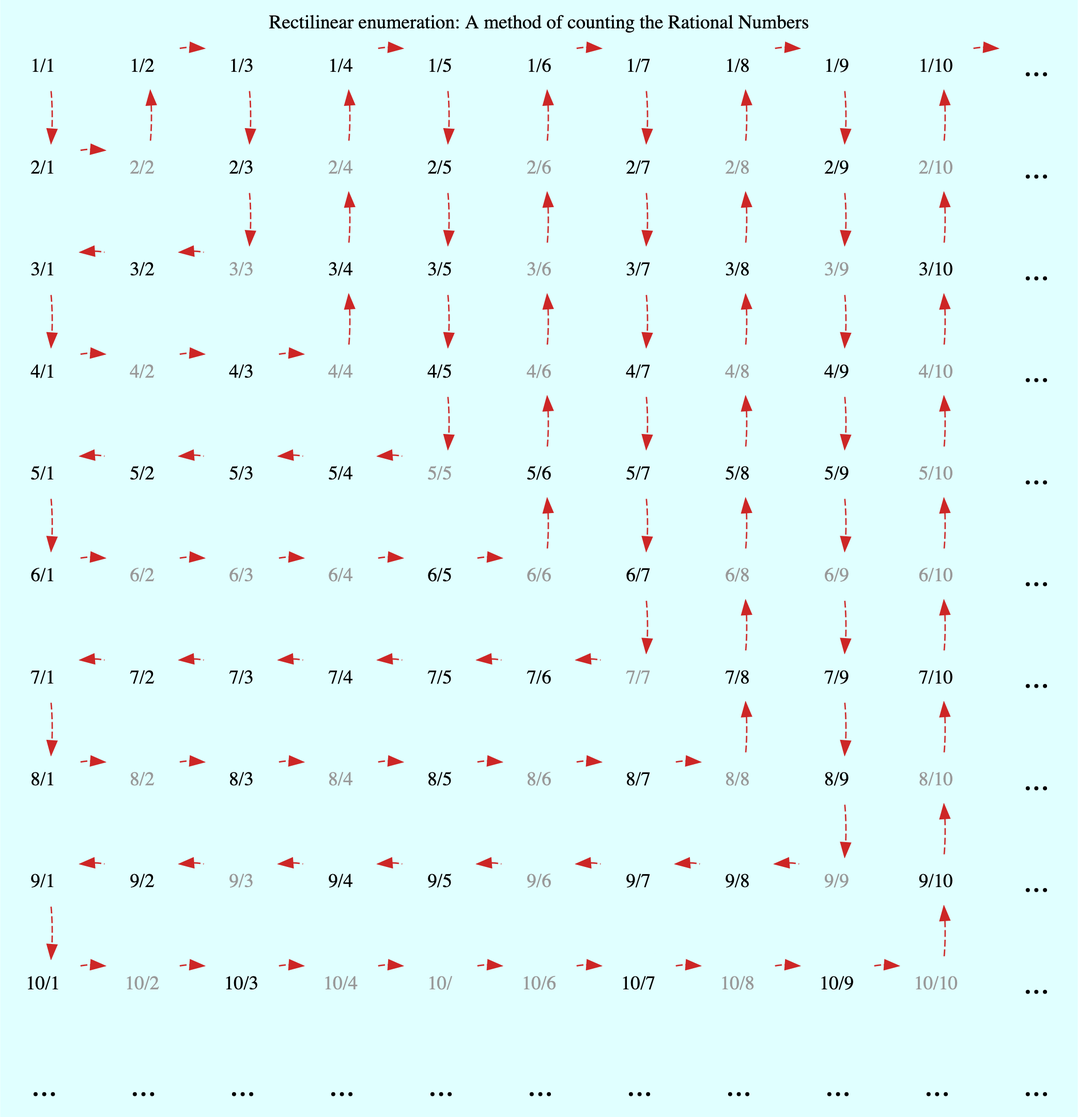
Earlier version of the Graphviz export docs/_static/rationals-rectilinear-enumeration.png (sr-murthy/continuedfractions). Its source is kept beside it as docs/_static/rationals-rectilinear-enumeration.dot. Source of this version:
```dot
digraph
{
    layout=dot
    label="Rectilinear enumeration: A method of counting the Rational Numbers"
    labelloc = "t"
    node [shape=plaintext]
    bgcolor=lightcyan
    edge [style=invis]

    placeholder_1_11 [label = "...", fontsize=25]
    placeholder_2_11 [label = "...", fontsize=25]
    placeholder_3_11 [label = "...", fontsize=25]
    placeholder_4_11 [label = "...", fontsize=25]
    placeholder_5_11 [label = "...", fontsize=25]
    placeholder_6_11 [label = "...", fontsize=25]
    placeholder_7_11 [label = "...", fontsize=25]
    placeholder_8_11 [label = "...", fontsize=25]
    placeholder_9_11 [label = "...", fontsize=25]
    placeholder_10_11 [label = "...", fontsize=25]
    placeholder_11_11 [label = "...", fontsize=25]
    placeholder_11_1 [label = "...", fontsize=25]
    placeholder_11_2 [label = "...", fontsize=25]
    placeholder_11_3 [label = "...", fontsize=25]
    placeholder_11_4 [label = "...", fontsize=25]
    placeholder_11_5 [label = "...", fontsize=25]
    placeholder_11_6 [label = "...", fontsize=25]
    placeholder_11_7 [label = "...", fontsize=25]
    placeholder_11_8 [label = "...", fontsize=25]
    placeholder_11_9 [label = "...", fontsize=25]
    placeholder_11_10 [label = "...", fontsize=25]

    composite_2_2 [label="2/2", fontcolor="gray60"]
    composite_2_4 [label="2/4", fontcolor="gray60"]
    composite_2_6 [label="2/6", fontcolor="gray60"]
    composite_2_8 [label="2/8", fontcolor="gray60"]
    composite_2_10 [label="2/10", fontcolor="gray60"]

    composite_3_3 [label="3/3", fontcolor="gray60"]
    composite_3_6 [label="3/6", fontcolor="gray60"]
    composite_3_9 [label="3/9", fontcolor="gray60"]

    composite_4_2 [label="4/2", fontcolor="gray60"]
    composite_4_4 [label="4/4", fontcolor="gray60"]
    composite_4_6 [label="4/6", fontcolor="gray60"]
    composite_4_8 [label="4/8", fontcolor="gray60"]
    composite_4_10 [label="4/10", fontcolor="gray60"]

    composite_5_5 [label="5/5", fontcolor="gray60"]
    composite_5_10 [label="5/10", fontcolor="gray60"]

    composite_6_2 [label="6/2", fontcolor="gray60"]
    composite_6_3 [label="6/3", fontcolor="gray60"]
    composite_6_4 [label="6/4", fontcolor="gray60"]
    composite_6_6 [label="6/6", fontcolor="gray60"]
    composite_6_8 [label="6/8", fontcolor="gray60"]
    composite_6_9 [label="6/9", fontcolor="gray60"]
    composite_6_10 [label="6/10", fontcolor="gray60"]

    composite_7_7 [label="7/7", fontcolor="gray60"]

    composite_8_2 [label="8/2", fontcolor="gray60"]
    composite_8_4 [label="8/4", fontcolor="gray60"]
    composite_8_6 [label="8/6", fontcolor="gray60"]
    composite_8_8 [label="8/8", fontcolor="gray60"]
    composite_8_10 [label="8/10", fontcolor="gray60"]

    composite_9_3 [label="9/3", fontcolor="gray60"]
    composite_9_6 [label="9/6", fontcolor="gray60"]
    composite_9_9 [label="9/9", fontcolor="gray60"]

    composite_10_2 [label="10/2", fontcolor="gray60"]
    composite_10_4 [label="10/4", fontcolor="gray60"]
    composite_10_5 [label="10/", fontcolor="gray60"]
    composite_10_6 [label="10/6", fontcolor="gray60"]
    composite_10_8 [label="10/8", fontcolor="gray60"]
    composite_10_10 [label="10/10", fontcolor="gray60"]

    "1/1" -> "2/1" -> "3/1" -> "4/1" -> "5/1" -> "6/1" -> "7/1" -> "8/1" -> "9/1" -> "10/1" -> placeholder_11_1
    "1/2" -> composite_2_2 -> "3/2" -> composite_4_2 -> "5/2" -> composite_6_2 -> "7/2" -> composite_8_2 -> "9/2" -> composite_10_2 -> placeholder_11_2
    "1/3" -> "2/3" -> composite_3_3 -> "4/3" -> "5/3" -> composite_6_3 -> "7/3" -> "8/3" -> composite_9_3 -> "10/3" -> placeholder_11_3
    "1/4" -> composite_2_4 -> "3/4" -> composite_4_4 -> "5/4" -> composite_6_4 -> "7/4" -> composite_8_4 -> "9/4" -> composite_10_4 -> placeholder_11_4
    "1/5" -> "2/5" -> "3/5" -> "4/5" -> composite_5_5 -> "6/5" -> "7/5" -> "8/5" -> "9/5" -> composite_10_5 -> placeholder_11_5
    "1/6" -> composite_2_6 -> composite_3_6 -> composite_4_6 -> "5/6" -> composite_6_6 -> "7/6" -> composite_8_6 -> composite_9_6 -> composite_10_6 -> placeholder_11_6
    "1/7" -> "2/7" -> "3/7" -> "4/7" -> "5/7" -> "6/7" -> composite_7_7 -> "8/7" -> "9/7" -> "10/7" -> placeholder_11_7
    "1/8" -> composite_2_8 -> "3/8" -> composite_4_8 -> "5/8" -> composite_6_8 -> "7/8" -> composite_8_8 -> "9/8" -> composite_10_8 -> placeholder_11_8
    "1/9" -> "2/9" -> composite_3_9 -> "4/9" -> "5/9" -> composite_6_9 -> "7/9" -> "8/9" -> composite_9_9 -> "10/9" -> placeholder_11_9
    "1/10" -> composite_2_10 -> "3/10" -> composite_4_10 -> composite_5_10 -> composite_6_10 -> "7/10" -> composite_8_10 -> "9/10" -> composite_10_10 -> placeholder_11_10
    placeholder_1_11 -> placeholder_2_11 -> placeholder_3_11 -> placeholder_4_11 -> placeholder_5_11 -> placeholder_6_11 -> placeholder_7_11 -> placeholder_8_11 -> placeholder_9_11 -> placeholder_10_11 -> placeholder_11_11

    rank=same {"1/1" -> "1/2" -> "1/3" -> "1/4" -> "1/5" -> "1/6" -> "1/7" -> "1/8" -> "1/9" -> "1/10" -> placeholder_1_11}
    rank=same {"2/1" -> composite_2_2 -> "2/3" -> composite_2_4 -> "2/5" -> composite_2_6 -> "2/7" -> composite_2_8 -> "2/9" -> composite_2_10 -> placeholder_2_11}
    rank=same {"3/1" -> "3/2" -> composite_3_3 -> "3/4" -> "3/5" -> composite_3_6 -> "3/7" -> "3/8" -> composite_3_9 -> "3/10" -> placeholder_3_11}
    rank=same {"4/1" -> composite_4_2 -> "4/3" -> composite_4_4 -> "4/5" -> composite_4_6 -> "4/7" -> composite_4_8 -> "4/9" -> composite_4_10 -> placeholder_4_11}
    rank=same {"5/1" -> "5/2" -> "5/3" -> "5/4" -> composite_5_5 -> "5/6" -> "5/7" -> "5/8" -> "5/9" -> composite_5_10 -> placeholder_5_11}
    rank=same {"6/1" -> composite_6_2 -> composite_6_3 -> composite_6_4 -> "6/5" -> composite_6_6 -> "6/7" -> composite_6_8 -> composite_6_9 -> composite_6_10 -> placeholder_6_11}
    rank=same {"7/1" -> "7/2" -> "7/3" -> "7/4" -> "7/5" -> "7/6" -> composite_7_7 -> "7/8" -> "7/9" -> "7/10" -> placeholder_7_11}
    rank=same {"8/1" -> composite_8_2 -> "8/3" -> composite_8_4 -> "8/5" -> composite_8_6 -> "8/7" -> composite_8_8 -> "8/9" -> composite_8_10 -> placeholder_8_11}
    rank=same {"9/1" -> "9/2" -> composite_9_3 -> "9/4" -> "9/5" -> composite_9_6 -> "9/7" -> "9/8" -> composite_9_9 -> "9/10" -> placeholder_9_11}
    rank=same {"10/1" -> composite_10_2 -> "10/3" -> composite_10_4 -> composite_10_5 -> composite_10_6 -> "10/7" -> composite_10_8 -> "10/9" -> composite_10_10 -> placeholder_10_11}
    rank=same {placeholder_11_1 -> placeholder_11_2 -> placeholder_11_3 -> placeholder_11_4 -> placeholder_11_5 -> placeholder_11_6 -> placeholder_11_7 -> placeholder_11_8 -> placeholder_11_9 -> placeholder_11_10 -> placeholder_11_11}

    "1/1" -> "2/1" -> composite_2_2 [style=dashed, color=firebrick3]
    "1/2" -> composite_2_2 [style=dashed, color=firebrick3 dir=back]
    "1/2" -> "1/3" -> "2/3" -> composite_3_3 [style=dashed, color=firebrick3]
    "3/1" -> "3/2" -> composite_3_3 [style=dashed, color=firebrick3 dir=back]
    "3/1" -> "4/1" -> composite_4_2 -> "4/3" -> composite_4_4 [style=dashed, color=firebrick3]
    "1/4" -> composite_2_4 -> "3/4" -> composite_4_4 [style=dashed, color=firebrick3 dir=back]
    "1/4" -> "1/5" -> "2/5" -> "3/5" -> "4/5" -> composite_5_5 [style=dashed, color=firebrick3]
    "5/1" -> "5/2" -> "5/3" -> "5/4" -> composite_5_5 [style=dashed, color=firebrick3, dir=back]
    "5/1" -> "6/1" -> composite_6_2 -> composite_6_3 -> composite_6_4 -> "6/5" -> composite_6_6 [style=dashed, color=firebrick3]
    "1/6" -> composite_2_6 -> composite_3_6 -> composite_4_6 -> "5/6" -> composite_6_6 [style=dashed, color=firebrick3, dir=back]
    "1/6" -> "1/7" -> "2/7" -> "3/7" -> "4/7" -> "5/7" -> "6/7" -> composite_7_7 [style=dashed, color=firebrick3]
    "7/1" -> "7/2" -> "7/3" -> "7/4" -> "7/5" -> "7/6" -> composite_7_7 [style=dashed, color=firebrick3, dir=back]
    "7/1" -> "8/1" -> composite_8_2 -> "8/3" -> composite_8_4 -> "8/5" -> composite_8_6 -> "8/7" -> composite_8_8 [style=dashed, color=firebrick3]
    "1/8" -> composite_2_8 -> "3/8" -> composite_4_8 -> "5/8" -> composite_6_8 -> "7/8" -> composite_8_8 [style=dashed, color=firebrick3, dir=back]
    "1/8" -> "1/9" -> "2/9" -> composite_3_9 -> "4/9" -> "5/9" -> composite_6_9 -> "7/9" -> "8/9" -> composite_9_9 [style=dashed, color=firebrick3]
    "9/1" -> "9/2" -> composite_9_3 -> "9/4" -> "9/5" -> composite_9_6 -> "9/7" -> "9/8" -> composite_9_9 [style=dashed, color=firebrick3, dir=back]
    "9/1" -> "10/1" -> composite_10_2 -> "10/3" -> composite_10_4 -> composite_10_5 -> composite_10_6 -> "10/7" -> composite_10_8 -> "10/9" -> composite_10_10 [style=dashed, color=firebrick3]
    "1/10" -> composite_2_10 -> "3/10" -> composite_4_10 -> composite_5_10 -> composite_6_10 -> "7/10" -> composite_8_10 -> "9/10" -> composite_10_10 [style=dashed, color=firebrick3, dir=back]
    "1/10" -> placeholder_1_11 [style=dashed, color=firebrick3]
}
```
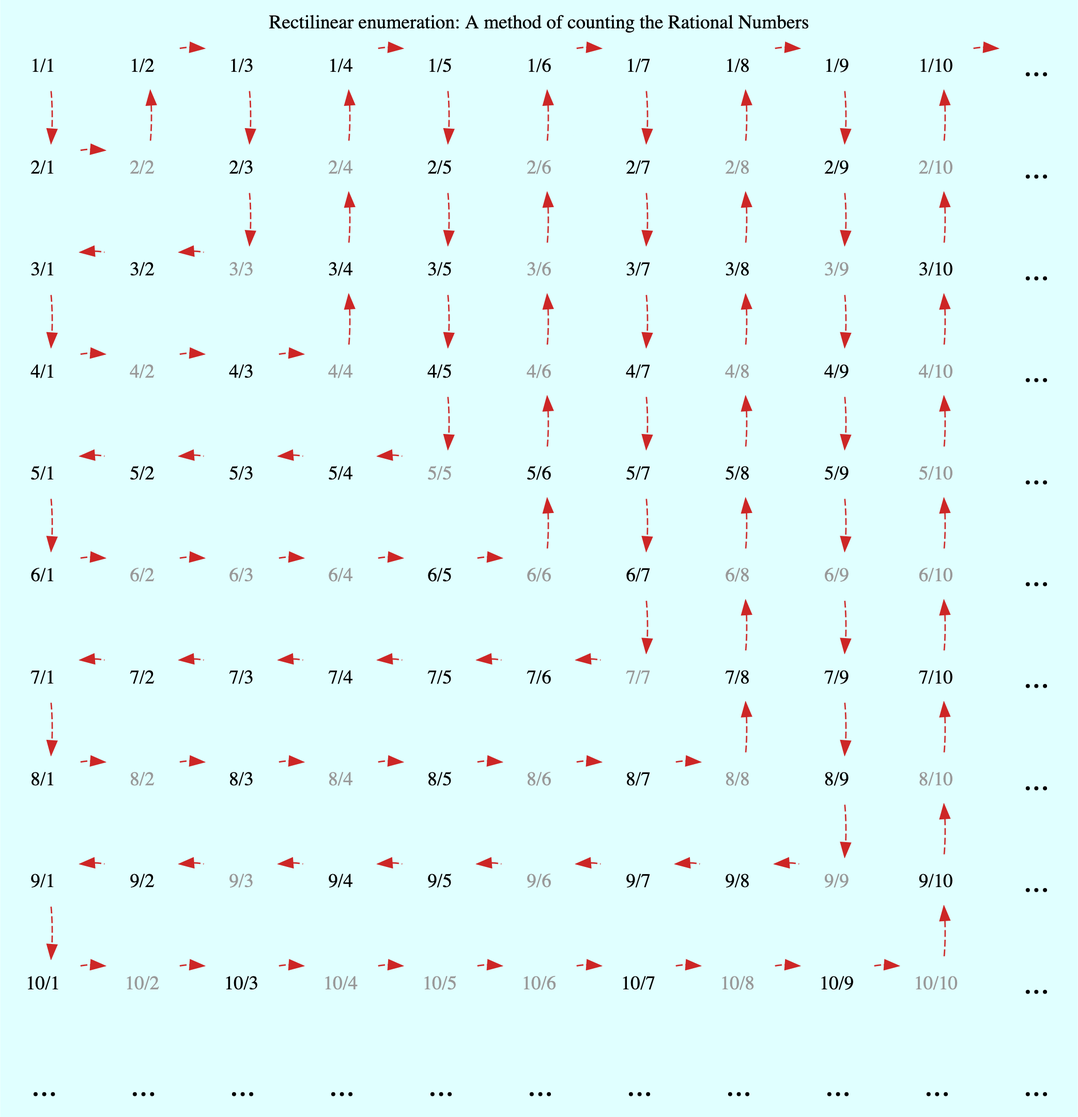
The same diagram one commit later.

The edit, as a diff of the source:
```diff
@@ -70,7 +70,7 @@
 
     composite_10_2 [label="10/2", fontcolor="gray60"]
     composite_10_4 [label="10/4", fontcolor="gray60"]
-    composite_10_5 [label="10/", fontcolor="gray60"]
+    composite_10_5 [label="10/5", fontcolor="gray60"]
     composite_10_6 [label="10/6", fontcolor="gray60"]
     composite_10_8 [label="10/8", fontcolor="gray60"]
     composite_10_10 [label="10/10", fontcolor="gray60"]
```
